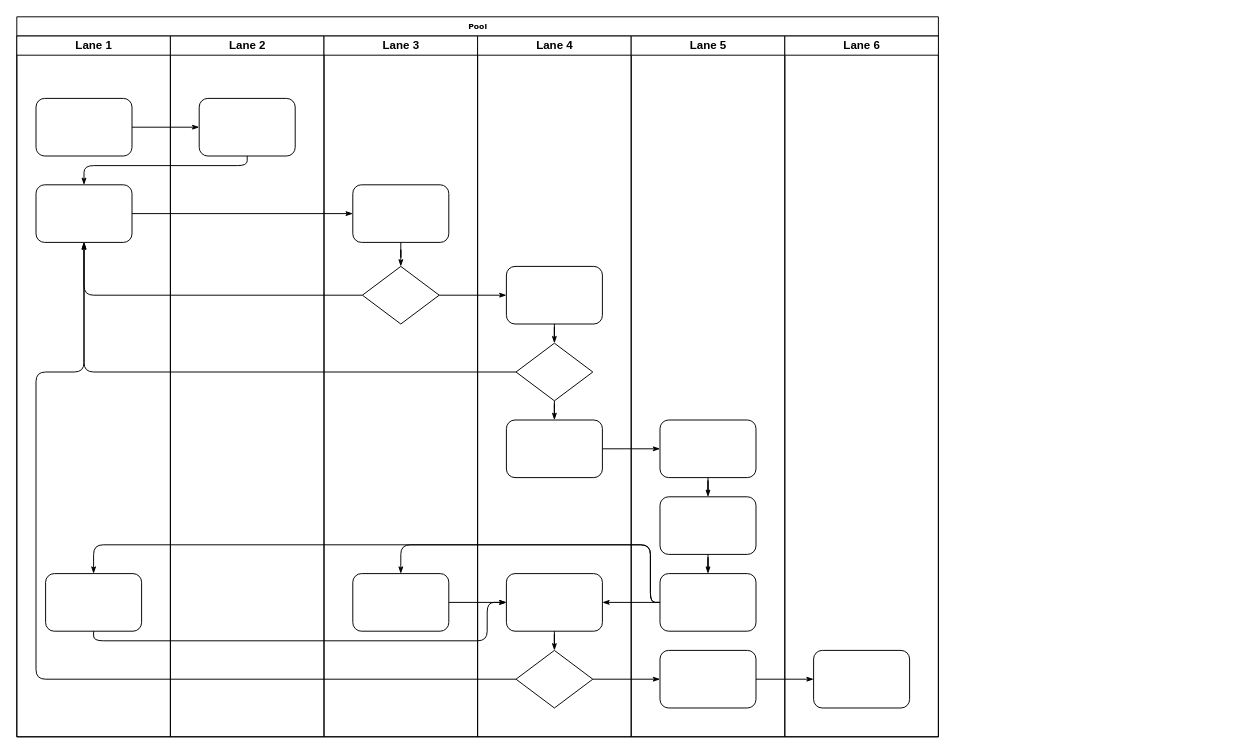
pungon/flutter keeps this draw.io diagram as Untitled Diagram.drawio. Above is the earlier version. Source tidied: cells renumbered, new cells numbered last; positions are measured from the earlier drawing's top-left corner, leaving out a move shared by most shapes. Both pictures are drawn from the tidied source at 96%, with x=0, y=0 at pixel (16, 16).
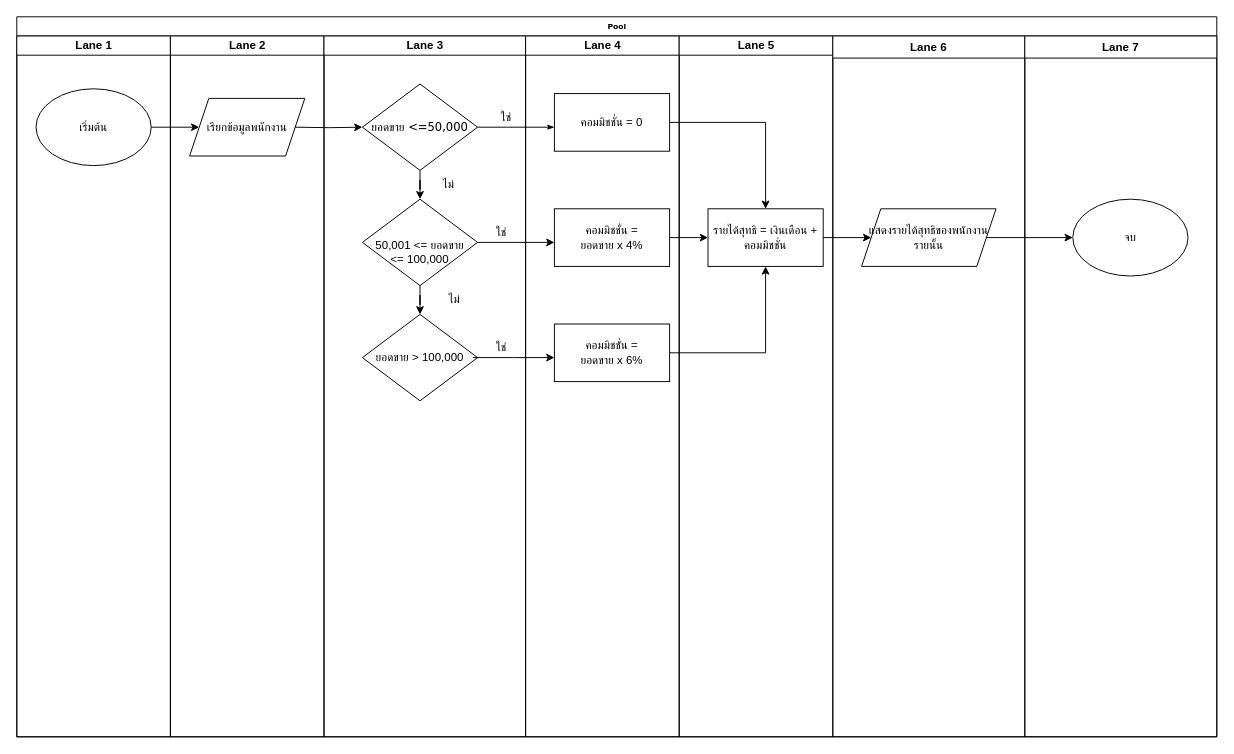
Above is the later version.

Unchanged cells that the change refers to:
```xml
<mxCell id="3" value="Lane 1" style="swimlane;html=1;startSize=20;" parent="2" vertex="1">
  <mxGeometry y="20" width="160" height="730" as="geometry" />
</mxCell>
<mxCell id="22" value="Lane 2" style="swimlane;html=1;startSize=20;" parent="2" vertex="1">
  <mxGeometry x="160" y="20" width="160" height="730" as="geometry" />
</mxCell>
```

Diff of the diagram source:
```diff
@@
     <mxCell id="2" value="Pool" style="swimlane;html=1;startSize=20;rounded=0;shadow=0;labelBackgroundColor=none;strokeWidth=1;fontFamily=Verdana;fontSize=8;align=center;" parent="1" vertex="1">
-      <mxGeometry width="960" height="750" as="geometry" />
+      <mxGeometry width="1250" height="750" as="geometry" />
     </mxCell>
@@
-    <mxCell id="4" style="rounded=1;whiteSpace=wrap;html=1;shadow=0;labelBackgroundColor=none;strokeWidth=1;fontFamily=Verdana;fontSize=8;align=center;" parent="3" vertex="1">
-      <mxGeometry x="20" y="65" width="100" height="60" as="geometry" />
-    </mxCell>
-    <mxCell id="5" style="rounded=1;whiteSpace=wrap;html=1;shadow=0;labelBackgroundColor=none;strokeWidth=1;fontFamily=Verdana;fontSize=8;align=center;" parent="3" vertex="1">
-      <mxGeometry x="20" y="155" width="100" height="60" as="geometry" />
-    </mxCell>
-    <mxCell id="6" style="rounded=1;whiteSpace=wrap;html=1;shadow=0;labelBackgroundColor=none;strokeWidth=1;fontFamily=Verdana;fontSize=8;align=center;" parent="3" vertex="1">
-      <mxGeometry x="30" y="560" width="100" height="60" as="geometry" />
-    </mxCell>
-    <mxCell id="7" style="edgeStyle=orthogonalEdgeStyle;rounded=1;html=1;labelBackgroundColor=none;startArrow=none;startFill=0;startSize=5;endArrow=classicThin;endFill=1;endSize=5;jettySize=auto;strokeWidth=1;fontFamily=Verdana;fontSize=8;" parent="2" edge="1" source="4" target="23">
-      <mxGeometry relative="1" as="geometry" />
-    </mxCell>
-    <mxCell id="8" style="edgeStyle=orthogonalEdgeStyle;rounded=1;html=1;labelBackgroundColor=none;startArrow=none;startFill=0;startSize=5;endArrow=classicThin;endFill=1;endSize=5;jettySize=auto;strokeWidth=1;fontFamily=Verdana;fontSize=8;" parent="2" edge="1" source="23" target="5">
-      <mxGeometry relative="1" as="geometry">
-        <Array as="points">
-          <mxPoint x="240" y="155" />
-          <mxPoint x="70" y="155" />
-        </Array>
-      </mxGeometry>
-    </mxCell>
-    <mxCell id="9" style="edgeStyle=orthogonalEdgeStyle;rounded=1;html=1;labelBackgroundColor=none;startArrow=none;startFill=0;startSize=5;endArrow=classicThin;endFill=1;endSize=5;jettySize=auto;strokeWidth=1;fontFamily=Verdana;fontSize=8;" parent="2" edge="1" source="5" target="25">
-      <mxGeometry relative="1" as="geometry" />
-    </mxCell>
-    <mxCell id="10" style="edgeStyle=orthogonalEdgeStyle;rounded=1;html=1;labelBackgroundColor=none;startArrow=none;startFill=0;startSize=5;endArrow=classicThin;endFill=1;endSize=5;jettySize=auto;strokeWidth=1;fontFamily=Verdana;fontSize=8;" parent="2" edge="1" source="26" target="5">
-      <mxGeometry relative="1" as="geometry" />
-    </mxCell>
-    <mxCell id="11" style="edgeStyle=orthogonalEdgeStyle;rounded=1;html=1;labelBackgroundColor=none;startArrow=none;startFill=0;startSize=5;endArrow=classicThin;endFill=1;endSize=5;jettySize=auto;strokeWidth=1;fontFamily=Verdana;fontSize=8;" parent="2" edge="1" source="31" target="5">
-      <mxGeometry relative="1" as="geometry" />
-    </mxCell>
-    <mxCell id="12" style="edgeStyle=orthogonalEdgeStyle;rounded=1;html=1;labelBackgroundColor=none;startArrow=none;startFill=0;startSize=5;endArrow=classicThin;endFill=1;endSize=5;jettySize=auto;strokeWidth=1;fontFamily=Verdana;fontSize=8;" parent="2" edge="1" source="34" target="5">
-      <mxGeometry relative="1" as="geometry">
-        <Array as="points">
-          <mxPoint x="20" y="690" />
-          <mxPoint x="20" y="370" />
-          <mxPoint x="70" y="370" />
-        </Array>
-      </mxGeometry>
-    </mxCell>
+    <mxCell id="47" value="เริ่มต้น" style="ellipse;whiteSpace=wrap;html=1;" parent="3" vertex="1">
+      <mxGeometry x="20" y="55" width="120" height="80" as="geometry" />
+    </mxCell>
-    <mxCell id="13" style="edgeStyle=orthogonalEdgeStyle;rounded=1;html=1;labelBackgroundColor=none;startArrow=none;startFill=0;startSize=5;endArrow=classicThin;endFill=1;endSize=5;jettySize=auto;strokeWidth=1;fontFamily=Verdana;fontSize=8;" parent="2" edge="1" source="26" target="30">
-      <mxGeometry relative="1" as="geometry" />
+    <mxCell id="13" style="edgeStyle=orthogonalEdgeStyle;rounded=1;html=1;labelBackgroundColor=none;startArrow=none;startFill=0;startSize=5;endArrow=classicThin;endFill=1;endSize=5;jettySize=auto;strokeWidth=1;fontFamily=Verdana;fontSize=8;" parent="2" edge="1" source="26">
+      <mxGeometry relative="1" as="geometry">
+        <mxPoint x="560" y="115" as="targetPoint" />
+      </mxGeometry>
     </mxCell>
-    <mxCell id="14" style="edgeStyle=orthogonalEdgeStyle;rounded=1;html=1;labelBackgroundColor=none;startArrow=none;startFill=0;startSize=5;endArrow=classicThin;endFill=1;endSize=5;jettySize=auto;strokeWidth=1;fontFamily=Verdana;fontSize=8;" parent="2" edge="1" source="34" target="42">
-      <mxGeometry relative="1" as="geometry" />
-    </mxCell>
-    <mxCell id="15" style="edgeStyle=orthogonalEdgeStyle;rounded=1;html=1;labelBackgroundColor=none;startArrow=none;startFill=0;startSize=5;endArrow=classicThin;endFill=1;endSize=5;jettySize=auto;strokeWidth=1;fontFamily=Verdana;fontSize=8;" parent="2" edge="1" source="42" target="46">
-      <mxGeometry relative="1" as="geometry" />
-    </mxCell>
-    <mxCell id="16" style="edgeStyle=orthogonalEdgeStyle;rounded=1;html=1;labelBackgroundColor=none;startArrow=none;startFill=0;startSize=5;endArrow=classicThin;endFill=1;endSize=5;jettySize=auto;strokeWidth=1;fontFamily=Verdana;fontSize=8;" parent="2" edge="1" source="32" target="39">
-      <mxGeometry relative="1" as="geometry" />
-    </mxCell>
-    <mxCell id="17" style="edgeStyle=orthogonalEdgeStyle;rounded=1;html=1;labelBackgroundColor=none;startArrow=none;startFill=0;startSize=5;endArrow=classicThin;endFill=1;endSize=5;jettySize=auto;strokeWidth=1;fontFamily=Verdana;fontSize=8;" parent="2" edge="1" source="41" target="27">
-      <mxGeometry relative="1" as="geometry">
-        <Array as="points">
-          <mxPoint x="660" y="610" />
-          <mxPoint x="660" y="550" />
-          <mxPoint x="400" y="550" />
-        </Array>
-      </mxGeometry>
-    </mxCell>
-    <mxCell id="18" style="edgeStyle=orthogonalEdgeStyle;rounded=1;html=1;labelBackgroundColor=none;startArrow=none;startFill=0;startSize=5;endArrow=classicThin;endFill=1;endSize=5;jettySize=auto;strokeColor=#000000;strokeWidth=1;fontFamily=Verdana;fontSize=8;fontColor=#000000;" parent="2" edge="1" source="41" target="33">
-      <mxGeometry relative="1" as="geometry" />
-    </mxCell>
-    <mxCell id="19" style="edgeStyle=orthogonalEdgeStyle;rounded=1;html=1;labelBackgroundColor=none;startArrow=none;startFill=0;startSize=5;endArrow=classicThin;endFill=1;endSize=5;jettySize=auto;strokeWidth=1;fontFamily=Verdana;fontSize=8;" parent="2" edge="1" source="41" target="6">
-      <mxGeometry relative="1" as="geometry">
-        <Array as="points">
-          <mxPoint x="660" y="610" />
-          <mxPoint x="660" y="550" />
-          <mxPoint x="80" y="550" />
-        </Array>
-      </mxGeometry>
-    </mxCell>
-    <mxCell id="20" style="edgeStyle=orthogonalEdgeStyle;rounded=1;html=1;labelBackgroundColor=none;startArrow=none;startFill=0;startSize=5;endArrow=classicThin;endFill=1;endSize=5;jettySize=auto;strokeWidth=1;fontFamily=Verdana;fontSize=8;" parent="2" edge="1" source="6" target="33">
-      <mxGeometry relative="1" as="geometry">
-        <Array as="points">
-          <mxPoint x="80" y="650" />
-          <mxPoint x="490" y="650" />
-          <mxPoint x="490" y="610" />
-        </Array>
-      </mxGeometry>
-    </mxCell>
-    <mxCell id="21" style="edgeStyle=orthogonalEdgeStyle;rounded=1;html=1;labelBackgroundColor=none;startArrow=none;startFill=0;startSize=5;endArrow=classicThin;endFill=1;endSize=5;jettySize=auto;strokeWidth=1;fontFamily=Verdana;fontSize=8;" parent="2" edge="1" source="27" target="33">
-      <mxGeometry relative="1" as="geometry" />
-    </mxCell>
@@
-    <mxCell id="23" style="rounded=1;whiteSpace=wrap;html=1;shadow=0;labelBackgroundColor=none;strokeWidth=1;fontFamily=Verdana;fontSize=8;align=center;" parent="22" vertex="1">
-      <mxGeometry x="30" y="65" width="100" height="60" as="geometry" />
-    </mxCell>
+    <mxCell id="48" value="&lt;font style=&quot;font-size: 12px;&quot;&gt;&lt;span style=&quot;color: rgb(0, 0, 0); font-family: Verdana; font-style: normal; font-variant-ligatures: normal; font-variant-caps: normal; font-weight: 400; letter-spacing: normal; orphans: 2; text-align: center; text-indent: 0px; text-transform: none; widows: 2; word-spacing: 0px; -webkit-text-stroke-width: 0px; background-color: rgb(251, 251, 251); text-decoration-thickness: initial; text-decoration-style: initial; text-decoration-color: initial; float: none; display: inline !important;&quot;&gt;เรียกข้อมูลพนักงาน&lt;/span&gt;&lt;br&gt;&lt;/font&gt;" style="shape=parallelogram;perimeter=parallelogramPerimeter;whiteSpace=wrap;html=1;fixedSize=1;" parent="22" vertex="1">
+      <mxGeometry x="20" y="65" width="120" height="60" as="geometry" />
+    </mxCell>
     <mxCell id="24" value="Lane 3" style="swimlane;html=1;startSize=20;" parent="2" vertex="1">
-      <mxGeometry x="320" y="20" width="160" height="730" as="geometry" />
+      <mxGeometry x="320" y="20" width="210" height="730" as="geometry" />
     </mxCell>
-    <mxCell id="25" style="rounded=1;whiteSpace=wrap;html=1;shadow=0;labelBackgroundColor=none;strokeWidth=1;fontFamily=Verdana;fontSize=8;align=center;" parent="24" vertex="1">
-      <mxGeometry x="30" y="155" width="100" height="60" as="geometry" />
-    </mxCell>
+    <mxCell id="49" style="edgeStyle=orthogonalEdgeStyle;rounded=0;jettySize=auto;html=1;entryX=0.5;entryY=0;entryDx=0;entryDy=0;" parent="24" edge="1" source="26" target="51">
+      <mxGeometry relative="1" as="geometry" />
+    </mxCell>
-    <mxCell id="26" style="rhombus;whiteSpace=wrap;html=1;rounded=0;shadow=0;labelBackgroundColor=none;strokeWidth=1;fontFamily=Verdana;fontSize=8;align=center;" parent="24" vertex="1">
-      <mxGeometry x="40" y="240" width="80" height="60" as="geometry" />
+    <mxCell id="26" value="&lt;font style=&quot;font-size: 12px;&quot;&gt;ยอดขาย &amp;lt;=50,000&lt;/font&gt;" style="rhombus;whiteSpace=wrap;html=1;rounded=0;shadow=0;labelBackgroundColor=none;strokeWidth=1;fontFamily=Verdana;fontSize=8;align=center;" parent="24" vertex="1">
+      <mxGeometry x="40" y="50" width="120" height="90" as="geometry" />
     </mxCell>
-    <mxCell id="27" style="rounded=1;whiteSpace=wrap;html=1;shadow=0;labelBackgroundColor=none;strokeWidth=1;fontFamily=Verdana;fontSize=8;align=center;" parent="24" vertex="1">
-      <mxGeometry x="30" y="560" width="100" height="60" as="geometry" />
-    </mxCell>
-    <mxCell id="28" style="edgeStyle=orthogonalEdgeStyle;rounded=1;html=1;labelBackgroundColor=none;startArrow=none;startFill=0;startSize=5;endArrow=classicThin;endFill=1;endSize=5;jettySize=auto;strokeWidth=1;fontFamily=Verdana;fontSize=8;" parent="24" edge="1" source="25" target="26">
-      <mxGeometry relative="1" as="geometry" />
-    </mxCell>
+    <mxCell id="50" style="edgeStyle=orthogonalEdgeStyle;rounded=0;jettySize=auto;html=1;entryX=0.5;entryY=0;entryDx=0;entryDy=0;" parent="24" edge="1" source="51" target="55">
+      <mxGeometry relative="1" as="geometry" />
+    </mxCell>
+    <mxCell id="51" style="rhombus;whiteSpace=wrap;html=1;rounded=0;shadow=0;labelBackgroundColor=none;strokeWidth=1;fontFamily=Verdana;fontSize=8;align=center;" parent="24" vertex="1">
+      <mxGeometry x="40" y="170" width="120" height="90" as="geometry" />
+    </mxCell>
+    <mxCell id="52" value="50,001 &amp;lt;= ยอดขาย &amp;lt;= 100,000" style="text;html=1;strokeColor=none;fillColor=none;align=center;verticalAlign=middle;whiteSpace=wrap;rounded=0;" parent="24" vertex="1">
+      <mxGeometry x="45" y="200" width="110" height="50" as="geometry" />
+    </mxCell>
+    <mxCell id="53" value="ใช่" style="text;html=1;strokeColor=none;fillColor=none;align=center;verticalAlign=middle;whiteSpace=wrap;rounded=0;" parent="24" vertex="1">
+      <mxGeometry x="155" y="190" width="60" height="30" as="geometry" />
+    </mxCell>
+    <mxCell id="54" value="ใช่" style="text;html=1;strokeColor=none;fillColor=none;align=center;verticalAlign=middle;whiteSpace=wrap;rounded=0;" parent="24" vertex="1">
+      <mxGeometry x="160" y="70" width="60" height="30" as="geometry" />
+    </mxCell>
+    <mxCell id="55" style="rhombus;whiteSpace=wrap;html=1;rounded=0;shadow=0;labelBackgroundColor=none;strokeWidth=1;fontFamily=Verdana;fontSize=8;align=center;" parent="24" vertex="1">
+      <mxGeometry x="40" y="290" width="120" height="90" as="geometry" />
+    </mxCell>
+    <mxCell id="56" value="ยอดขาย &amp;gt; 100,000" style="text;html=1;strokeColor=none;fillColor=none;align=center;verticalAlign=middle;whiteSpace=wrap;rounded=0;" parent="24" vertex="1">
+      <mxGeometry x="45" y="310" width="110" height="50" as="geometry" />
+    </mxCell>
+    <mxCell id="57" value="ใช่" style="text;html=1;strokeColor=none;fillColor=none;align=center;verticalAlign=middle;whiteSpace=wrap;rounded=0;" parent="24" vertex="1">
+      <mxGeometry x="155" y="310" width="60" height="30" as="geometry" />
+    </mxCell>
+    <mxCell id="58" value="ไม่" style="text;html=1;strokeColor=none;fillColor=none;align=center;verticalAlign=middle;whiteSpace=wrap;rounded=0;" parent="24" vertex="1">
+      <mxGeometry x="100" y="140" width="60" height="30" as="geometry" />
+    </mxCell>
+    <mxCell id="59" value="ไม่" style="text;html=1;strokeColor=none;fillColor=none;align=center;verticalAlign=middle;whiteSpace=wrap;rounded=0;" parent="24" vertex="1">
+      <mxGeometry x="106" y="260" width="60" height="30" as="geometry" />
+    </mxCell>
+    <mxCell id="60" style="edgeStyle=orthogonalEdgeStyle;rounded=0;jettySize=auto;html=1;" parent="2" edge="1" source="51">
+      <mxGeometry relative="1" as="geometry">
+        <mxPoint x="560" y="235" as="targetPoint" />
+      </mxGeometry>
+    </mxCell>
     <mxCell id="29" value="Lane 4" style="swimlane;html=1;startSize=20;" parent="2" vertex="1">
-      <mxGeometry x="480" y="20" width="160" height="730" as="geometry" />
+      <mxGeometry x="530" y="20" width="160" height="730" as="geometry" />
     </mxCell>
-    <mxCell id="30" style="rounded=1;whiteSpace=wrap;html=1;shadow=0;labelBackgroundColor=none;strokeWidth=1;fontFamily=Verdana;fontSize=8;align=center;" parent="29" vertex="1">
-      <mxGeometry x="30" y="240" width="100" height="60" as="geometry" />
-    </mxCell>
-    <mxCell id="31" style="rhombus;whiteSpace=wrap;html=1;rounded=0;shadow=0;labelBackgroundColor=none;strokeWidth=1;fontFamily=Verdana;fontSize=8;align=center;" parent="29" vertex="1">
-      <mxGeometry x="40" y="320" width="80" height="60" as="geometry" />
-    </mxCell>
-    <mxCell id="32" style="rounded=1;whiteSpace=wrap;html=1;shadow=0;labelBackgroundColor=none;strokeWidth=1;fontFamily=Verdana;fontSize=8;align=center;" parent="29" vertex="1">
-      <mxGeometry x="30" y="400" width="100" height="60" as="geometry" />
-    </mxCell>
-    <mxCell id="33" style="rounded=1;whiteSpace=wrap;html=1;shadow=0;labelBackgroundColor=none;strokeWidth=1;fontFamily=Verdana;fontSize=8;align=center;" parent="29" vertex="1">
-      <mxGeometry x="30" y="560" width="100" height="60" as="geometry" />
-    </mxCell>
-    <mxCell id="34" style="rhombus;whiteSpace=wrap;html=1;rounded=0;shadow=0;labelBackgroundColor=none;strokeWidth=1;fontFamily=Verdana;fontSize=8;align=center;" parent="29" vertex="1">
-      <mxGeometry x="40" y="640" width="80" height="60" as="geometry" />
-    </mxCell>
-    <mxCell id="35" style="edgeStyle=orthogonalEdgeStyle;rounded=1;html=1;labelBackgroundColor=none;startArrow=none;startFill=0;startSize=5;endArrow=classicThin;endFill=1;endSize=5;jettySize=auto;strokeColor=#000000;strokeWidth=1;fontFamily=Verdana;fontSize=8;fontColor=#000000;" parent="29" edge="1" source="30" target="31">
-      <mxGeometry relative="1" as="geometry" />
-    </mxCell>
-    <mxCell id="36" style="edgeStyle=orthogonalEdgeStyle;rounded=1;html=1;labelBackgroundColor=none;startArrow=none;startFill=0;startSize=5;endArrow=classicThin;endFill=1;endSize=5;jettySize=auto;strokeWidth=1;fontFamily=Verdana;fontSize=8;" parent="29" edge="1" source="31" target="32">
-      <mxGeometry relative="1" as="geometry" />
-    </mxCell>
-    <mxCell id="37" style="edgeStyle=orthogonalEdgeStyle;rounded=1;html=1;labelBackgroundColor=none;startArrow=none;startFill=0;startSize=5;endArrow=classicThin;endFill=1;endSize=5;jettySize=auto;strokeWidth=1;fontFamily=Verdana;fontSize=8;" parent="29" edge="1" source="33" target="34">
-      <mxGeometry relative="1" as="geometry" />
-    </mxCell>
+    <mxCell id="61" value="คอมมิชชั่น = 0" style="rounded=0;whiteSpace=wrap;html=1;" parent="29" vertex="1">
+      <mxGeometry x="30" y="60" width="120" height="60" as="geometry" />
+    </mxCell>
+    <mxCell id="62" value="คอมมิชชั่น = &lt;br&gt;ยอดขาย x 4%" style="rounded=0;whiteSpace=wrap;html=1;" parent="29" vertex="1">
+      <mxGeometry x="30" y="180" width="120" height="60" as="geometry" />
+    </mxCell>
+    <mxCell id="63" value="คอมมิชชั่น = &lt;br&gt;ยอดขาย x 6%" style="rounded=0;whiteSpace=wrap;html=1;" parent="29" vertex="1">
+      <mxGeometry x="30" y="300" width="120" height="60" as="geometry" />
+    </mxCell>
     <mxCell id="38" value="Lane 5" style="swimlane;html=1;startSize=20;" parent="2" vertex="1">
-      <mxGeometry x="640" y="20" width="160" height="730" as="geometry" />
+      <mxGeometry x="690" y="20" width="160" height="730" as="geometry" />
     </mxCell>
-    <mxCell id="39" style="rounded=1;whiteSpace=wrap;html=1;shadow=0;labelBackgroundColor=none;strokeWidth=1;fontFamily=Verdana;fontSize=8;align=center;" parent="38" vertex="1">
-      <mxGeometry x="30" y="400" width="100" height="60" as="geometry" />
-    </mxCell>
-    <mxCell id="40" style="rounded=1;whiteSpace=wrap;html=1;shadow=0;labelBackgroundColor=none;strokeWidth=1;fontFamily=Verdana;fontSize=8;align=center;" parent="38" vertex="1">
-      <mxGeometry x="30" y="480" width="100" height="60" as="geometry" />
-    </mxCell>
-    <mxCell id="41" style="rounded=1;whiteSpace=wrap;html=1;shadow=0;labelBackgroundColor=none;strokeWidth=1;fontFamily=Verdana;fontSize=8;align=center;" parent="38" vertex="1">
-      <mxGeometry x="30" y="560" width="100" height="60" as="geometry" />
-    </mxCell>
-    <mxCell id="42" style="rounded=1;whiteSpace=wrap;html=1;shadow=0;labelBackgroundColor=none;strokeWidth=1;fontFamily=Verdana;fontSize=8;align=center;" parent="38" vertex="1">
-      <mxGeometry x="30" y="640" width="100" height="60" as="geometry" />
-    </mxCell>
-    <mxCell id="43" style="edgeStyle=orthogonalEdgeStyle;rounded=1;html=1;labelBackgroundColor=none;startArrow=none;startFill=0;startSize=5;endArrow=classicThin;endFill=1;endSize=5;jettySize=auto;strokeWidth=1;fontFamily=Verdana;fontSize=8;" parent="38" edge="1" source="39" target="40">
-      <mxGeometry relative="1" as="geometry" />
-    </mxCell>
-    <mxCell id="44" style="edgeStyle=orthogonalEdgeStyle;rounded=1;html=1;labelBackgroundColor=none;startArrow=none;startFill=0;startSize=5;endArrow=classicThin;endFill=1;endSize=5;jettySize=auto;strokeWidth=1;fontFamily=Verdana;fontSize=8;" parent="38" edge="1" source="40" target="41">
-      <mxGeometry relative="1" as="geometry" />
-    </mxCell>
+    <mxCell id="64" value="รายได้สุทธิ = เงินเดือน + คอมมิชชั่น" style="rounded=0;whiteSpace=wrap;html=1;" parent="38" vertex="1">
+      <mxGeometry x="30" y="180" width="120" height="60" as="geometry" />
+    </mxCell>
+    <mxCell id="65" style="edgeStyle=orthogonalEdgeStyle;rounded=0;jettySize=auto;html=1;entryX=0;entryY=0.5;entryDx=0;entryDy=0;" parent="2" edge="1" target="26">
+      <mxGeometry relative="1" as="geometry">
+        <mxPoint x="290" y="115" as="sourcePoint" />
+      </mxGeometry>
+    </mxCell>
+    <mxCell id="66" style="edgeStyle=orthogonalEdgeStyle;rounded=0;jettySize=auto;html=1;" parent="2" edge="1" source="56">
+      <mxGeometry relative="1" as="geometry">
+        <mxPoint x="560" y="355" as="targetPoint" />
+      </mxGeometry>
+    </mxCell>
+    <mxCell id="67" style="edgeStyle=orthogonalEdgeStyle;rounded=0;jettySize=auto;html=1;entryX=0;entryY=0.5;entryDx=0;entryDy=0;" parent="2" edge="1" source="47" target="48">
+      <mxGeometry relative="1" as="geometry" />
+    </mxCell>
-    <mxCell id="45" value="Lane 6" style="swimlane;html=1;startSize=20;" parent="2" vertex="1">
-      <mxGeometry x="800" y="20" width="160" height="730" as="geometry" />
+    <mxCell id="45" value="Lane 6" style="swimlane;whiteSpace=wrap;html=1;" parent="2" vertex="1">
+      <mxGeometry x="850" y="20" width="200" height="730" as="geometry" />
     </mxCell>
-    <mxCell id="46" style="rounded=1;whiteSpace=wrap;html=1;shadow=0;labelBackgroundColor=none;strokeWidth=1;fontFamily=Verdana;fontSize=8;align=center;" parent="45" vertex="1">
-      <mxGeometry x="30" y="640" width="100" height="60" as="geometry" />
-    </mxCell>
+    <mxCell id="68" value="แสดงรายได้สุทธิของพนักงานรายนั้น" style="shape=parallelogram;perimeter=parallelogramPerimeter;whiteSpace=wrap;html=1;fixedSize=1;" parent="45" vertex="1">
+      <mxGeometry x="30" y="180" width="140" height="60" as="geometry" />
+    </mxCell>
+    <mxCell id="69" style="edgeStyle=orthogonalEdgeStyle;rounded=0;jettySize=auto;html=1;entryX=0.5;entryY=0;entryDx=0;entryDy=0;" parent="2" edge="1" source="61" target="64">
+      <mxGeometry relative="1" as="geometry" />
+    </mxCell>
+    <mxCell id="70" style="edgeStyle=orthogonalEdgeStyle;rounded=0;jettySize=auto;html=1;" parent="2" edge="1" source="62" target="64">
+      <mxGeometry relative="1" as="geometry" />
+    </mxCell>
+    <mxCell id="71" style="edgeStyle=orthogonalEdgeStyle;rounded=0;jettySize=auto;html=1;entryX=0.5;entryY=1;entryDx=0;entryDy=0;" parent="2" edge="1" source="63" target="64">
+      <mxGeometry relative="1" as="geometry" />
+    </mxCell>
+    <mxCell id="72" style="edgeStyle=orthogonalEdgeStyle;rounded=0;jettySize=auto;html=1;" parent="2" edge="1" source="64" target="68">
+      <mxGeometry relative="1" as="geometry" />
+    </mxCell>
+    <mxCell id="73" value="Lane 7" style="swimlane;whiteSpace=wrap;html=1;" parent="2" vertex="1">
+      <mxGeometry x="1050" y="20" width="200" height="730" as="geometry" />
+    </mxCell>
+    <mxCell id="74" value="จบ" style="ellipse;whiteSpace=wrap;html=1;" parent="73" vertex="1">
+      <mxGeometry x="50" y="170" width="120" height="80" as="geometry" />
+    </mxCell>
+    <mxCell id="75" style="edgeStyle=orthogonalEdgeStyle;rounded=0;jettySize=auto;html=1;entryX=0;entryY=0.5;entryDx=0;entryDy=0;" parent="2" edge="1" source="68" target="74">
+      <mxGeometry relative="1" as="geometry" />
+    </mxCell>
```
